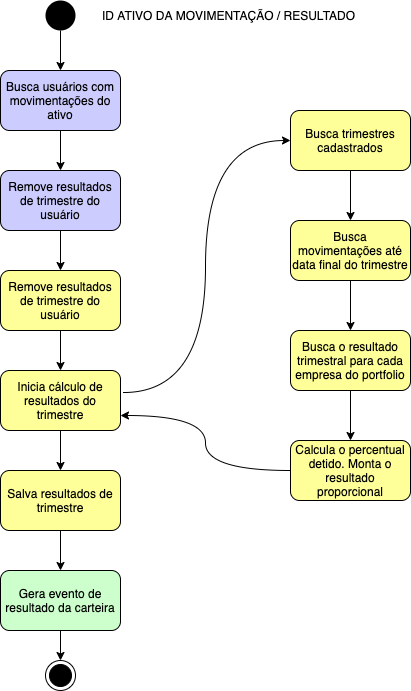
crisaltmann/YouAsHolding-Doc keeps this draw.io diagram as doc/Fluxograma_consumo_evento.png. Above is the earlier version. Source tidied: cells renumbered, new cells last; positions are measured from the earlier drawing's top-left corner, leaving out a move shared by most shapes. Its diagram source:
```xml
<mxGraphModel>
  <root>
    <mxCell id="0" />
    <mxCell id="1" parent="0" />
    <mxCell id="2" style="edgeStyle=orthogonalEdgeStyle;rounded=0;jettySize=auto;html=1;" parent="1" edge="1" source="3" target="5">
      <mxGeometry relative="1" as="geometry" />
    </mxCell>
    <mxCell id="3" style="ellipse;fillColor=#000000;strokeColor=none;" parent="1" vertex="1">
      <mxGeometry x="45" width="30" height="30" as="geometry" />
    </mxCell>
    <mxCell id="4" style="edgeStyle=orthogonalEdgeStyle;rounded=0;jettySize=auto;html=1;entryX=0.5;entryY=0;entryDx=0;entryDy=0;" parent="1" edge="1" source="5" target="8">
      <mxGeometry relative="1" as="geometry" />
    </mxCell>
    <mxCell id="5" value="Busca usuários com movimentações do ativo" style="rounded=1;whiteSpace=wrap;html=1;fillColor=#CCCCFF;" parent="1" vertex="1">
      <mxGeometry y="70" width="120" height="60" as="geometry" />
    </mxCell>
    <mxCell id="6" value="ID ATIVO DA MOVIMENTAÇÃO / RESULTADO" style="text;html=1;align=center;verticalAlign=middle;strokeColor=none;" parent="1" vertex="1">
      <mxGeometry x="93" y="5" width="270" height="20" as="geometry" />
    </mxCell>
    <mxCell id="7" style="edgeStyle=orthogonalEdgeStyle;rounded=0;jettySize=auto;html=1;entryX=0.5;entryY=0;entryDx=0;entryDy=0;" parent="1" edge="1" source="8" target="10">
      <mxGeometry relative="1" as="geometry" />
    </mxCell>
    <mxCell id="8" value="Remove resultados de trimestre do usuário" style="rounded=1;whiteSpace=wrap;html=1;fillColor=#CCCCFF;" parent="1" vertex="1">
      <mxGeometry y="170" width="120" height="60" as="geometry" />
    </mxCell>
    <mxCell id="9" style="edgeStyle=orthogonalEdgeStyle;rounded=0;jettySize=auto;html=1;entryX=0.5;entryY=0;entryDx=0;entryDy=0;" parent="1" edge="1" source="10" target="18">
      <mxGeometry relative="1" as="geometry" />
    </mxCell>
    <mxCell id="10" value="Remove resultados de trimestre do usuário" style="rounded=1;whiteSpace=wrap;html=1;fillColor=#FFFF99;" parent="1" vertex="1">
      <mxGeometry y="270" width="120" height="60" as="geometry" />
    </mxCell>
    <mxCell id="11" style="edgeStyle=orthogonalEdgeStyle;rounded=0;jettySize=auto;html=1;entryX=0.5;entryY=0;entryDx=0;entryDy=0;" parent="1" edge="1" source="12" target="15">
      <mxGeometry relative="1" as="geometry" />
    </mxCell>
    <mxCell id="12" value="Salva resultados de trimestre" style="rounded=1;whiteSpace=wrap;html=1;fillColor=#FFFF99;" parent="1" vertex="1">
      <mxGeometry y="470" width="120" height="60" as="geometry" />
    </mxCell>
    <mxCell id="13" style="ellipse;html=1;shape=endState;fillColor=#000000;strokeColor=#000000;" parent="1" vertex="1">
      <mxGeometry x="45" y="660" width="30" height="30" as="geometry" />
    </mxCell>
    <mxCell id="14" style="edgeStyle=orthogonalEdgeStyle;rounded=0;jettySize=auto;html=1;entryX=0.5;entryY=0;entryDx=0;entryDy=0;" parent="1" edge="1" target="13">
      <mxGeometry relative="1" as="geometry">
        <mxPoint x="60" y="607.5" as="sourcePoint" />
      </mxGeometry>
    </mxCell>
    <mxCell id="15" value="Gera evento de resultado da carteira" style="rounded=1;whiteSpace=wrap;html=1;fillColor=#CCFFCC;" parent="1" vertex="1">
      <mxGeometry y="570" width="120" height="60" as="geometry" />
    </mxCell>
    <mxCell id="16" style="edgeStyle=orthogonalEdgeStyle;rounded=0;jettySize=auto;html=1;entryX=0.5;entryY=0;entryDx=0;entryDy=0;" parent="1" edge="1" source="18" target="12">
      <mxGeometry relative="1" as="geometry" />
    </mxCell>
    <mxCell id="17" style="edgeStyle=orthogonalEdgeStyle;rounded=0;jettySize=auto;html=1;entryX=0;entryY=0.5;entryDx=0;entryDy=0;curved=1;exitX=1.025;exitY=0.367;exitDx=0;exitDy=0;exitPerimeter=0;" parent="1" edge="1" source="18" target="20">
      <mxGeometry relative="1" as="geometry" />
    </mxCell>
    <mxCell id="18" value="Inicia cálculo de resultados do trimestre" style="rounded=1;whiteSpace=wrap;html=1;fillColor=#FFFF99;" parent="1" vertex="1">
      <mxGeometry y="370" width="120" height="60" as="geometry" />
    </mxCell>
    <mxCell id="19" style="edgeStyle=orthogonalEdgeStyle;rounded=0;jettySize=auto;html=1;entryX=0.5;entryY=0;entryDx=0;entryDy=0;" parent="1" edge="1" source="20" target="22">
      <mxGeometry relative="1" as="geometry" />
    </mxCell>
    <mxCell id="20" value="Busca trimestres cadastrados" style="rounded=1;whiteSpace=wrap;html=1;fillColor=#FFFF99;" parent="1" vertex="1">
      <mxGeometry x="290" y="110" width="120" height="60" as="geometry" />
    </mxCell>
    <mxCell id="21" style="edgeStyle=orthogonalEdgeStyle;rounded=0;jettySize=auto;html=1;entryX=0.5;entryY=0;entryDx=0;entryDy=0;" parent="1" edge="1" source="22" target="24">
      <mxGeometry relative="1" as="geometry" />
    </mxCell>
    <mxCell id="22" value="Busca movimentações até data final do trimestre" style="rounded=1;whiteSpace=wrap;html=1;fillColor=#FFFF99;" parent="1" vertex="1">
      <mxGeometry x="290" y="220" width="120" height="60" as="geometry" />
    </mxCell>
    <mxCell id="23" style="edgeStyle=orthogonalEdgeStyle;rounded=0;jettySize=auto;html=1;entryX=0.5;entryY=0;entryDx=0;entryDy=0;" parent="1" edge="1" source="24" target="26">
      <mxGeometry relative="1" as="geometry" />
    </mxCell>
    <mxCell id="24" value="Busca o resultado trimestral para cada empresa do portfolio" style="rounded=1;whiteSpace=wrap;html=1;fillColor=#FFFF99;" parent="1" vertex="1">
      <mxGeometry x="290" y="330" width="120" height="60" as="geometry" />
    </mxCell>
    <mxCell id="25" style="edgeStyle=orthogonalEdgeStyle;curved=1;rounded=0;jettySize=auto;html=1;entryX=1;entryY=0.75;entryDx=0;entryDy=0;" parent="1" edge="1" source="26" target="18">
      <mxGeometry relative="1" as="geometry" />
    </mxCell>
    <mxCell id="26" value="Calcula o percentual detido. Monta o resultado proporcional" style="rounded=1;whiteSpace=wrap;html=1;fillColor=#FFFF99;" parent="1" vertex="1">
      <mxGeometry x="290" y="440" width="120" height="60" as="geometry" />
    </mxCell>
  </root>
</mxGraphModel>
```
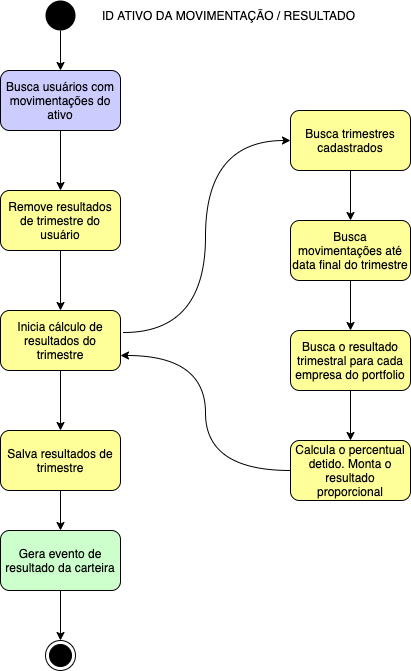
After the change.

What changed in the source:
```diff
@@ -8,7 +8,7 @@
     <mxCell id="3" style="ellipse;fillColor=#000000;strokeColor=none;" parent="1" vertex="1">
       <mxGeometry x="45" width="30" height="30" as="geometry" />
     </mxCell>
-    <mxCell id="4" style="edgeStyle=orthogonalEdgeStyle;rounded=0;jettySize=auto;html=1;entryX=0.5;entryY=0;entryDx=0;entryDy=0;" parent="1" edge="1" source="5" target="8">
+    <mxCell id="4" style="edgeStyle=orthogonalEdgeStyle;rounded=0;jettySize=auto;html=1;entryX=0.5;entryY=0;entryDx=0;entryDy=0;" parent="1" edge="1" source="5" target="10">
       <mxGeometry relative="1" as="geometry" />
     </mxCell>
     <mxCell id="5" value="Busca usuários com movimentações do ativo" style="rounded=1;whiteSpace=wrap;html=1;fillColor=#CCCCFF;" parent="1" vertex="1">
@@ -17,34 +17,26 @@
     <mxCell id="6" value="ID ATIVO DA MOVIMENTAÇÃO / RESULTADO" style="text;html=1;align=center;verticalAlign=middle;strokeColor=none;" parent="1" vertex="1">
       <mxGeometry x="93" y="5" width="270" height="20" as="geometry" />
     </mxCell>
-    <mxCell id="7" style="edgeStyle=orthogonalEdgeStyle;rounded=0;jettySize=auto;html=1;entryX=0.5;entryY=0;entryDx=0;entryDy=0;" parent="1" edge="1" source="8" target="10">
-      <mxGeometry relative="1" as="geometry" />
-    </mxCell>
-    <mxCell id="8" value="Remove resultados de trimestre do usuário" style="rounded=1;whiteSpace=wrap;html=1;fillColor=#CCCCFF;" parent="1" vertex="1">
-      <mxGeometry y="170" width="120" height="60" as="geometry" />
-    </mxCell>
     <mxCell id="9" style="edgeStyle=orthogonalEdgeStyle;rounded=0;jettySize=auto;html=1;entryX=0.5;entryY=0;entryDx=0;entryDy=0;" parent="1" edge="1" source="10" target="18">
       <mxGeometry relative="1" as="geometry" />
     </mxCell>
     <mxCell id="10" value="Remove resultados de trimestre do usuário" style="rounded=1;whiteSpace=wrap;html=1;fillColor=#FFFF99;" parent="1" vertex="1">
-      <mxGeometry y="270" width="120" height="60" as="geometry" />
+      <mxGeometry y="190" width="120" height="60" as="geometry" />
     </mxCell>
     <mxCell id="11" style="edgeStyle=orthogonalEdgeStyle;rounded=0;jettySize=auto;html=1;entryX=0.5;entryY=0;entryDx=0;entryDy=0;" parent="1" edge="1" source="12" target="15">
       <mxGeometry relative="1" as="geometry" />
     </mxCell>
     <mxCell id="12" value="Salva resultados de trimestre" style="rounded=1;whiteSpace=wrap;html=1;fillColor=#FFFF99;" parent="1" vertex="1">
-      <mxGeometry y="470" width="120" height="60" as="geometry" />
+      <mxGeometry y="430" width="120" height="60" as="geometry" />
     </mxCell>
     <mxCell id="13" style="ellipse;html=1;shape=endState;fillColor=#000000;strokeColor=#000000;" parent="1" vertex="1">
-      <mxGeometry x="45" y="660" width="30" height="30" as="geometry" />
+      <mxGeometry x="45" y="640" width="30" height="30" as="geometry" />
     </mxCell>
-    <mxCell id="14" style="edgeStyle=orthogonalEdgeStyle;rounded=0;jettySize=auto;html=1;entryX=0.5;entryY=0;entryDx=0;entryDy=0;" parent="1" edge="1" target="13">
-      <mxGeometry relative="1" as="geometry">
-        <mxPoint x="60" y="607.5" as="sourcePoint" />
-      </mxGeometry>
+    <mxCell id="14" style="edgeStyle=orthogonalEdgeStyle;rounded=0;jettySize=auto;html=1;entryX=0.5;entryY=0;entryDx=0;entryDy=0;exitX=0.5;exitY=1;exitDx=0;exitDy=0;" parent="1" edge="1" source="15" target="13">
+      <mxGeometry relative="1" as="geometry" />
     </mxCell>
     <mxCell id="15" value="Gera evento de resultado da carteira" style="rounded=1;whiteSpace=wrap;html=1;fillColor=#CCFFCC;" parent="1" vertex="1">
-      <mxGeometry y="570" width="120" height="60" as="geometry" />
+      <mxGeometry y="530" width="120" height="60" as="geometry" />
     </mxCell>
     <mxCell id="16" style="edgeStyle=orthogonalEdgeStyle;rounded=0;jettySize=auto;html=1;entryX=0.5;entryY=0;entryDx=0;entryDy=0;" parent="1" edge="1" source="18" target="12">
       <mxGeometry relative="1" as="geometry" />
@@ -53,7 +45,7 @@
       <mxGeometry relative="1" as="geometry" />
     </mxCell>
     <mxCell id="18" value="Inicia cálculo de resultados do trimestre" style="rounded=1;whiteSpace=wrap;html=1;fillColor=#FFFF99;" parent="1" vertex="1">
-      <mxGeometry y="370" width="120" height="60" as="geometry" />
+      <mxGeometry y="310" width="120" height="60" as="geometry" />
     </mxCell>
     <mxCell id="19" style="edgeStyle=orthogonalEdgeStyle;rounded=0;jettySize=auto;html=1;entryX=0.5;entryY=0;entryDx=0;entryDy=0;" parent="1" edge="1" source="20" target="22">
       <mxGeometry relative="1" as="geometry" />
```
